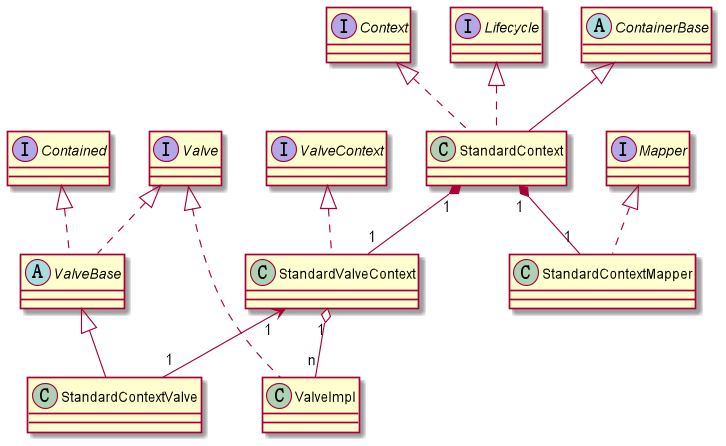
This is uml/v1.0.2/context.png from Executioner2/http-server, a PlantUML export, as it was before one commit.
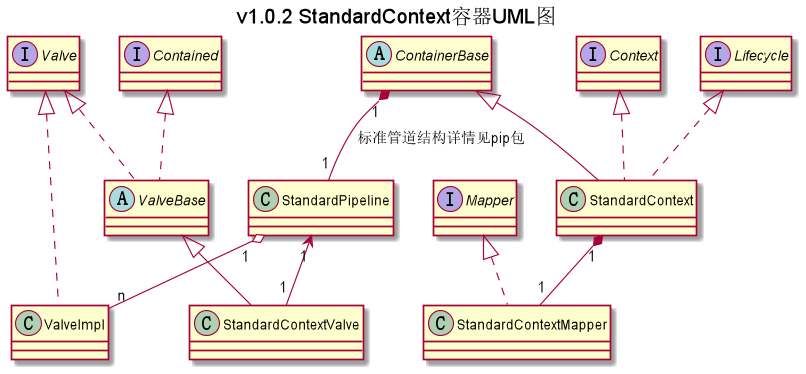
After the commit.

Diff of the diagram source:
```diff
@@ -1,26 +1,23 @@
 @startuml
+title v1.0.2 StandardContext容器UML图
 
 interface Valve
 interface Contained
 interface Context
 interface Lifecycle
 interface Mapper
-interface ValveContext
 abstract class ContainerBase
 abstract class ValveBase
+class StandardPipeline
 class StandardContextValve
 class StandardContext
 class StandardContextMapper
-class StandardValveContext
 class ValveImpl
 
 ContainerBase <|-- StandardContext
+ContainerBase "1" *-- "1" StandardPipeline : 标准管道结构详情见pip包
 Lifecycle <|.. StandardContext
 Context <|.. StandardContext
-
-StandardContext "1" *-- "1" StandardValveContext
-
-ValveContext <|.. StandardValveContext
 
 Valve <|.. ValveImpl
 
@@ -29,8 +26,8 @@
 
 ValveBase <|-- StandardContextValve
 
-StandardValveContext "1" o-- "n" ValveImpl
-StandardValveContext "1" <-- "1" StandardContextValve
+StandardPipeline "1" o-- "n" ValveImpl
+StandardPipeline "1" <-- "1" StandardContextValve
 Mapper <|.. StandardContextMapper
 StandardContext "1" *-- "1" StandardContextMapper
 
```
